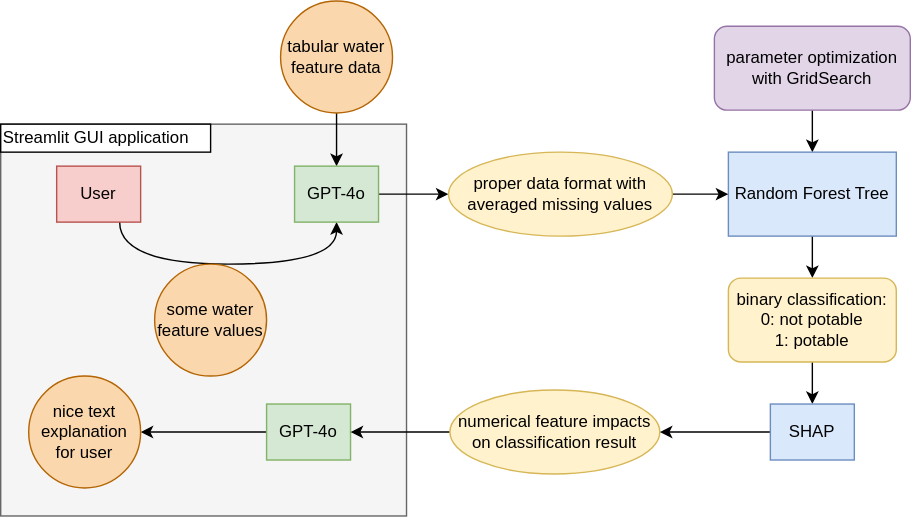
Before: presentation/aml_sketch.drawio.svg, a diagram exported from draw.io (ByteParkouring/fortunate_loan). Source tidied: cells renumbered, new cells last; positions are measured from the earlier drawing's top-left corner, leaving out a move shared by most shapes.
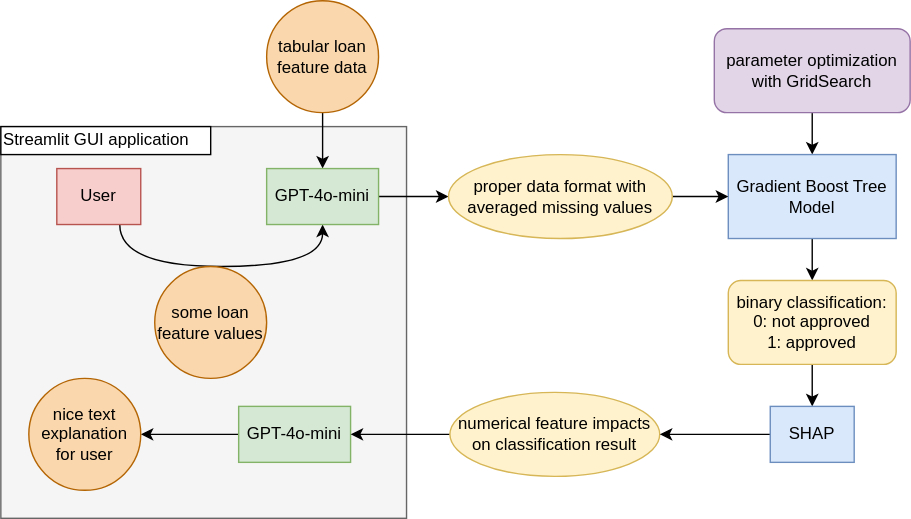
The same diagram one commit later.

The edit, as a diff of the source:
```diff
@@ -17,26 +17,26 @@
     <mxCell id="6" style="edgeStyle=orthogonalEdgeStyle;rounded=0;jettySize=auto;html=1;exitX=0.5;exitY=1;exitDx=0;exitDy=0;entryX=0.5;entryY=0;entryDx=0;entryDy=0;" parent="1" edge="1" source="7" target="15">
       <mxGeometry relative="1" as="geometry" />
     </mxCell>
-    <mxCell id="7" value="tabular water feature data" style="ellipse;whiteSpace=wrap;html=1;fillColor=#fad7ac;strokeColor=#b46504;" parent="1" vertex="1">
-      <mxGeometry x="200" width="80" height="80" as="geometry" />
+    <mxCell id="7" value="tabular loan feature data" style="ellipse;whiteSpace=wrap;html=1;fillColor=#fad7ac;strokeColor=#b46504;" parent="1" vertex="1">
+      <mxGeometry x="190" y="-2" width="80" height="80" as="geometry" />
     </mxCell>
     <mxCell id="8" style="edgeStyle=orthogonalEdgeStyle;rounded=0;jettySize=auto;html=1;exitX=0.5;exitY=1;exitDx=0;exitDy=0;entryX=0.5;entryY=0;entryDx=0;entryDy=0;" parent="1" edge="1" source="9" target="11">
       <mxGeometry relative="1" as="geometry" />
     </mxCell>
-    <mxCell id="9" value="Random Forest Tree" style="rounded=0;whiteSpace=wrap;html=1;fillColor=#dae8fc;strokeColor=#6c8ebf;" parent="1" vertex="1">
+    <mxCell id="9" value="Gradient Boost Tree Model" style="rounded=0;whiteSpace=wrap;html=1;fillColor=#dae8fc;strokeColor=#6c8ebf;" parent="1" vertex="1">
       <mxGeometry x="520" y="108" width="120" height="60" as="geometry" />
     </mxCell>
     <mxCell id="10" style="edgeStyle=orthogonalEdgeStyle;rounded=0;jettySize=auto;html=1;exitX=0.5;exitY=1;exitDx=0;exitDy=0;entryX=0.5;entryY=0;entryDx=0;entryDy=0;" parent="1" edge="1" source="11" target="24">
       <mxGeometry relative="1" as="geometry" />
     </mxCell>
-    <mxCell id="11" value="binary classification:&lt;br&gt;0: not potable&lt;br&gt;1: potable" style="rounded=1;whiteSpace=wrap;html=1;fillColor=#fff2cc;strokeColor=#d6b656;" parent="1" vertex="1">
+    <mxCell id="11" value="binary classification:&lt;br&gt;0: not approved&lt;br&gt;1: approved" style="rounded=1;whiteSpace=wrap;html=1;fillColor=#fff2cc;strokeColor=#d6b656;" parent="1" vertex="1">
       <mxGeometry x="520" y="198" width="120" height="60" as="geometry" />
     </mxCell>
     <mxCell id="12" style="edgeStyle=orthogonalEdgeStyle;rounded=0;jettySize=auto;html=1;exitX=0.75;exitY=1;exitDx=0;exitDy=0;entryX=0.5;entryY=1;entryDx=0;entryDy=0;curved=1;" parent="1" edge="1" source="13" target="15">
       <mxGeometry relative="1" as="geometry">
         <Array as="points">
           <mxPoint x="85" y="188" />
-          <mxPoint x="240" y="188" />
+          <mxPoint x="230" y="188" />
         </Array>
       </mxGeometry>
     </mxCell>
@@ -46,10 +46,10 @@
     <mxCell id="14" style="edgeStyle=orthogonalEdgeStyle;rounded=0;jettySize=auto;html=1;exitX=1;exitY=0.5;exitDx=0;exitDy=0;entryX=0;entryY=0.5;entryDx=0;entryDy=0;" parent="1" edge="1" source="15" target="18">
       <mxGeometry relative="1" as="geometry" />
     </mxCell>
-    <mxCell id="15" value="GPT-4o" style="rounded=0;whiteSpace=wrap;html=1;fillColor=#d5e8d4;strokeColor=#82b366;" parent="1" vertex="1">
-      <mxGeometry x="210" y="118" width="60" height="40" as="geometry" />
+    <mxCell id="15" value="GPT-4o-mini" style="rounded=0;whiteSpace=wrap;html=1;fillColor=#d5e8d4;strokeColor=#82b366;" parent="1" vertex="1">
+      <mxGeometry x="190" y="118" width="80" height="40" as="geometry" />
     </mxCell>
-    <mxCell id="16" value="some water&lt;br&gt;feature values" style="ellipse;whiteSpace=wrap;html=1;fillColor=#fad7ac;strokeColor=#b46504;" parent="1" vertex="1">
+    <mxCell id="16" value="some loan&lt;br&gt;feature values" style="ellipse;whiteSpace=wrap;html=1;fillColor=#fad7ac;strokeColor=#b46504;" parent="1" vertex="1">
       <mxGeometry x="110" y="188" width="80" height="80" as="geometry" />
     </mxCell>
     <mxCell id="17" style="edgeStyle=orthogonalEdgeStyle;rounded=0;jettySize=auto;html=1;exitX=1;exitY=0.5;exitDx=0;exitDy=0;entryX=0;entryY=0.5;entryDx=0;entryDy=0;" parent="1" edge="1" source="18" target="9">
@@ -61,8 +61,8 @@
     <mxCell id="19" style="edgeStyle=orthogonalEdgeStyle;rounded=0;jettySize=auto;html=1;" parent="1" edge="1" source="20" target="25">
       <mxGeometry relative="1" as="geometry" />
     </mxCell>
-    <mxCell id="20" value="GPT-4o" style="rounded=0;whiteSpace=wrap;html=1;fillColor=#d5e8d4;strokeColor=#82b366;" parent="1" vertex="1">
-      <mxGeometry x="190" y="288" width="60" height="40" as="geometry" />
+    <mxCell id="20" value="GPT-4o-mini" style="rounded=0;whiteSpace=wrap;html=1;fillColor=#d5e8d4;strokeColor=#82b366;" parent="1" vertex="1">
+      <mxGeometry x="170" y="288" width="80" height="40" as="geometry" />
     </mxCell>
     <mxCell id="21" style="edgeStyle=orthogonalEdgeStyle;rounded=0;jettySize=auto;html=1;exitX=0;exitY=0.5;exitDx=0;exitDy=0;entryX=1;entryY=0.5;entryDx=0;entryDy=0;" parent="1" edge="1" source="22" target="20">
       <mxGeometry relative="1" as="geometry" />
```
